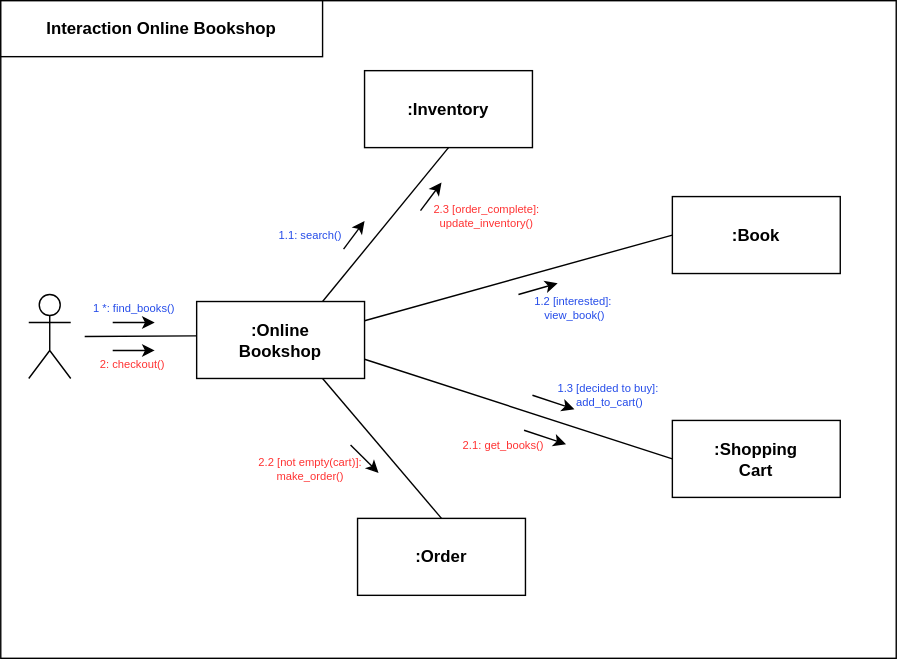
Above: CommunicationDiagram.drawio.svg in minh071289/AI_system (draw.io), before the change. Source tidied: cells renumbered, new cells last; positions are measured from the earlier drawing's top-left corner, leaving out a move shared by most shapes. Its diagram source:
```xml
<mxGraphModel>
  <root>
    <mxCell id="0" />
    <mxCell id="1" parent="0" />
    <mxCell id="2" style="rounded=0;whiteSpace=wrap;html=1;" parent="1" vertex="1">
      <mxGeometry width="640" height="470" as="geometry" />
    </mxCell>
    <mxCell id="3" value="&lt;b&gt;Interaction Online Bookshop&lt;/b&gt;" style="rounded=0;whiteSpace=wrap;html=1;" parent="1" vertex="1">
      <mxGeometry width="230" height="40" as="geometry" />
    </mxCell>
    <mxCell id="4" style="shape=umlActor;verticalLabelPosition=bottom;verticalAlign=top;html=1;" parent="1" vertex="1">
      <mxGeometry x="20" y="210" width="30" height="60" as="geometry" />
    </mxCell>
    <mxCell id="5" value="&lt;b&gt;:Online&lt;/b&gt;&lt;div&gt;&lt;b&gt;Bookshop&lt;/b&gt;&lt;/div&gt;" style="rounded=0;whiteSpace=wrap;html=1;" parent="1" vertex="1">
      <mxGeometry x="140" y="215" width="120" height="55" as="geometry" />
    </mxCell>
    <mxCell id="6" style="endArrow=none;html=1;rounded=0;entryX=-0.003;entryY=0.447;entryDx=0;entryDy=0;entryPerimeter=0;" parent="1" edge="1" target="5">
      <mxGeometry relative="1" as="geometry">
        <mxPoint x="60" y="240" as="sourcePoint" />
      </mxGeometry>
    </mxCell>
    <mxCell id="7" value="&lt;b&gt;:Inventory&lt;/b&gt;" style="rounded=0;whiteSpace=wrap;html=1;" parent="1" vertex="1">
      <mxGeometry x="260" y="50" width="120" height="55" as="geometry" />
    </mxCell>
    <mxCell id="8" value="&lt;b&gt;:Book&lt;/b&gt;" style="rounded=0;whiteSpace=wrap;html=1;" parent="1" vertex="1">
      <mxGeometry x="480" y="140" width="120" height="55" as="geometry" />
    </mxCell>
    <mxCell id="9" value="&lt;b&gt;:Shopping&lt;/b&gt;&lt;div&gt;&lt;b&gt;Cart&lt;/b&gt;&lt;/div&gt;" style="rounded=0;whiteSpace=wrap;html=1;" parent="1" vertex="1">
      <mxGeometry x="480" y="300" width="120" height="55" as="geometry" />
    </mxCell>
    <mxCell id="10" value="&lt;b&gt;:Order&lt;/b&gt;" style="rounded=0;whiteSpace=wrap;html=1;" parent="1" vertex="1">
      <mxGeometry x="255" y="370" width="120" height="55" as="geometry" />
    </mxCell>
    <mxCell id="11" style="endArrow=none;html=1;rounded=0;entryX=0.75;entryY=0;entryDx=0;entryDy=0;exitX=0.5;exitY=1;exitDx=0;exitDy=0;" parent="1" edge="1" source="7" target="5">
      <mxGeometry relative="1" as="geometry" />
    </mxCell>
    <mxCell id="12" style="endArrow=none;html=1;rounded=0;entryX=0;entryY=0.5;entryDx=0;entryDy=0;exitX=1;exitY=0.25;exitDx=0;exitDy=0;" parent="1" edge="1" source="5" target="8">
      <mxGeometry relative="1" as="geometry" />
    </mxCell>
    <mxCell id="13" style="endArrow=none;html=1;rounded=0;entryX=0;entryY=0.5;entryDx=0;entryDy=0;exitX=1;exitY=0.75;exitDx=0;exitDy=0;" parent="1" edge="1" source="5" target="9">
      <mxGeometry relative="1" as="geometry" />
    </mxCell>
    <mxCell id="14" style="endArrow=none;html=1;rounded=0;entryX=0.5;entryY=0;entryDx=0;entryDy=0;exitX=0.75;exitY=1;exitDx=0;exitDy=0;" parent="1" edge="1" source="5" target="10">
      <mxGeometry relative="1" as="geometry" />
    </mxCell>
    <mxCell id="15" style="endArrow=classic;html=1;rounded=0;" parent="1" edge="1">
      <mxGeometry relative="1" as="geometry">
        <mxPoint x="80" y="230" as="sourcePoint" />
        <mxPoint x="110" y="230" as="targetPoint" />
      </mxGeometry>
    </mxCell>
    <mxCell id="16" value="1 *: find_books()" style="text;html=1;align=center;verticalAlign=middle;strokeColor=none;fillColor=none;fontSize=8;fontColor=light-dark(#254ce9, #EDEDED);" parent="1" vertex="1">
      <mxGeometry x="55" y="210" width="80" height="20" as="geometry" />
    </mxCell>
    <mxCell id="17" style="endArrow=classic;html=1;rounded=0;" parent="1" edge="1">
      <mxGeometry relative="1" as="geometry">
        <mxPoint x="245" y="177.5" as="sourcePoint" />
        <mxPoint x="260" y="157.5" as="targetPoint" />
      </mxGeometry>
    </mxCell>
    <mxCell id="18" style="endArrow=classic;html=1;rounded=0;" parent="1" edge="1">
      <mxGeometry relative="1" as="geometry">
        <mxPoint x="300" y="150" as="sourcePoint" />
        <mxPoint x="315" y="130" as="targetPoint" />
      </mxGeometry>
    </mxCell>
    <mxCell id="19" style="endArrow=classic;html=1;rounded=0;" parent="1" edge="1">
      <mxGeometry relative="1" as="geometry">
        <mxPoint x="80" y="250" as="sourcePoint" />
        <mxPoint x="110" y="250" as="targetPoint" />
      </mxGeometry>
    </mxCell>
    <mxCell id="20" style="endArrow=classic;html=1;rounded=0;" parent="1" edge="1">
      <mxGeometry relative="1" as="geometry">
        <mxPoint x="250" y="317.5" as="sourcePoint" />
        <mxPoint x="270" y="337.5" as="targetPoint" />
      </mxGeometry>
    </mxCell>
    <mxCell id="21" style="endArrow=classic;html=1;rounded=0;" parent="1" edge="1">
      <mxGeometry relative="1" as="geometry">
        <mxPoint x="370" y="210" as="sourcePoint" />
        <mxPoint x="398" y="202" as="targetPoint" />
        <Array as="points">
          <mxPoint x="370" y="210" />
        </Array>
      </mxGeometry>
    </mxCell>
    <mxCell id="22" style="endArrow=classic;html=1;rounded=0;" parent="1" edge="1">
      <mxGeometry relative="1" as="geometry">
        <mxPoint x="380" y="282" as="sourcePoint" />
        <mxPoint x="410" y="292" as="targetPoint" />
      </mxGeometry>
    </mxCell>
    <mxCell id="23" style="endArrow=classic;html=1;rounded=0;" parent="1" edge="1">
      <mxGeometry relative="1" as="geometry">
        <mxPoint x="374" y="307" as="sourcePoint" />
        <mxPoint x="404" y="317" as="targetPoint" />
      </mxGeometry>
    </mxCell>
    <mxCell id="24" value="1.1: search()" style="text;html=1;align=center;verticalAlign=middle;strokeColor=none;fillColor=none;fontSize=8;fontColor=light-dark(#254ce9, #EDEDED);" parent="1" vertex="1">
      <mxGeometry x="186" y="157.5" width="70" height="20" as="geometry" />
    </mxCell>
    <mxCell id="25" value="1.2 [interested]:&amp;nbsp;&lt;div&gt;view_book()&lt;/div&gt;" style="text;html=1;align=center;verticalAlign=middle;strokeColor=none;fillColor=none;fontSize=8;fontColor=light-dark(#254ce9, #EDEDED);" parent="1" vertex="1">
      <mxGeometry x="370" y="205" width="80" height="30" as="geometry" />
    </mxCell>
    <mxCell id="26" value="1.3 [decided to buy]:&amp;nbsp;&lt;div&gt;add_to_cart()&lt;/div&gt;" style="text;html=1;align=center;verticalAlign=middle;strokeColor=none;fillColor=none;fontSize=8;fontColor=light-dark(#254ce9, #EDEDED);" parent="1" vertex="1">
      <mxGeometry x="385" y="267" width="100" height="30" as="geometry" />
    </mxCell>
    <mxCell id="27" value="2: checkout()&amp;nbsp;" style="text;html=1;align=center;verticalAlign=middle;strokeColor=none;fillColor=none;fontSize=8;fontColor=light-dark(#FF3333,#EDEDED);" parent="1" vertex="1">
      <mxGeometry x="60" y="250" width="70" height="20" as="geometry" />
    </mxCell>
    <mxCell id="28" value="2.2 [not empty(cart)]:&lt;div&gt;make_order()&lt;/div&gt;" style="text;html=1;align=center;verticalAlign=middle;strokeColor=none;fillColor=none;fontSize=8;fontColor=light-dark(#FF3333,#EDEDED);" parent="1" vertex="1">
      <mxGeometry x="171" y="320" width="100" height="30" as="geometry" />
    </mxCell>
    <mxCell id="29" value="2.1: get_books()" style="text;html=1;align=center;verticalAlign=middle;strokeColor=none;fillColor=none;fontSize=8;fontColor=light-dark(#FF3333,#EDEDED);" parent="1" vertex="1">
      <mxGeometry x="319" y="308" width="80" height="20" as="geometry" />
    </mxCell>
    <mxCell id="30" value="2.3 [order_complete]:&lt;div&gt;update_inventory()&lt;/div&gt;" style="text;html=1;align=center;verticalAlign=middle;strokeColor=none;fillColor=none;fontSize=8;fontColor=light-dark(#FF3333,#EDEDED);" parent="1" vertex="1">
      <mxGeometry x="297" y="139" width="100" height="30" as="geometry" />
    </mxCell>
  </root>
</mxGraphModel>
```
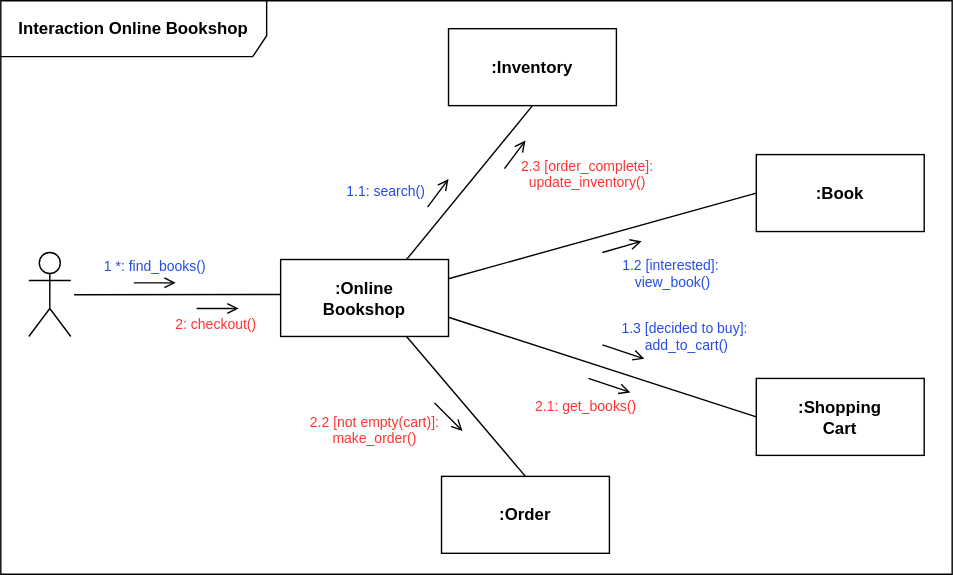
Later version of the same file.

What changed in the source:
```diff
@@ -2,21 +2,19 @@
   <root>
     <mxCell id="0" />
     <mxCell id="1" parent="0" />
-    <mxCell id="2" style="rounded=0;whiteSpace=wrap;html=1;" parent="1" vertex="1">
-      <mxGeometry width="640" height="470" as="geometry" />
-    </mxCell>
-    <mxCell id="3" value="&lt;b&gt;Interaction Online Bookshop&lt;/b&gt;" style="rounded=0;whiteSpace=wrap;html=1;" parent="1" vertex="1">
-      <mxGeometry width="230" height="40" as="geometry" />
+    <mxCell id="3" value="&lt;b&gt;Interaction Online Bookshop&lt;/b&gt;" style="shape=umlFrame;whiteSpace=wrap;html=1;swimlaneFillColor=default;width=190;height=40;" parent="1" vertex="1">
+      <mxGeometry x="-60" y="30" width="680" height="410" as="geometry" />
     </mxCell>
     <mxCell id="4" style="shape=umlActor;verticalLabelPosition=bottom;verticalAlign=top;html=1;" parent="1" vertex="1">
-      <mxGeometry x="20" y="210" width="30" height="60" as="geometry" />
+      <mxGeometry x="-40" y="210" width="30" height="60" as="geometry" />
     </mxCell>
     <mxCell id="5" value="&lt;b&gt;:Online&lt;/b&gt;&lt;div&gt;&lt;b&gt;Bookshop&lt;/b&gt;&lt;/div&gt;" style="rounded=0;whiteSpace=wrap;html=1;" parent="1" vertex="1">
       <mxGeometry x="140" y="215" width="120" height="55" as="geometry" />
     </mxCell>
-    <mxCell id="6" style="endArrow=none;html=1;rounded=0;entryX=-0.003;entryY=0.447;entryDx=0;entryDy=0;entryPerimeter=0;" parent="1" edge="1" target="5">
+    <mxCell id="6" style="endArrow=none;html=1;rounded=0;exitX=0.5;exitY=0.5;exitDx=0;exitDy=0;exitPerimeter=0;" parent="1" edge="1">
       <mxGeometry relative="1" as="geometry">
-        <mxPoint x="60" y="240" as="sourcePoint" />
+        <mxPoint x="-7.6" y="240.2" as="sourcePoint" />
+        <mxPoint x="140" y="240" as="targetPoint" />
       </mxGeometry>
     </mxCell>
     <mxCell id="7" value="&lt;b&gt;:Inventory&lt;/b&gt;" style="rounded=0;whiteSpace=wrap;html=1;" parent="1" vertex="1">
@@ -43,40 +41,40 @@
     <mxCell id="14" style="endArrow=none;html=1;rounded=0;entryX=0.5;entryY=0;entryDx=0;entryDy=0;exitX=0.75;exitY=1;exitDx=0;exitDy=0;" parent="1" edge="1" source="5" target="10">
       <mxGeometry relative="1" as="geometry" />
     </mxCell>
-    <mxCell id="15" style="endArrow=classic;html=1;rounded=0;" parent="1" edge="1">
+    <mxCell id="15" style="endArrow=open;html=1;rounded=0;endFill=0;" parent="1" edge="1">
       <mxGeometry relative="1" as="geometry">
-        <mxPoint x="80" y="230" as="sourcePoint" />
-        <mxPoint x="110" y="230" as="targetPoint" />
+        <mxPoint x="35" y="231.7" as="sourcePoint" />
+        <mxPoint x="65" y="231.7" as="targetPoint" />
       </mxGeometry>
     </mxCell>
-    <mxCell id="16" value="1 *: find_books()" style="text;html=1;align=center;verticalAlign=middle;strokeColor=none;fillColor=none;fontSize=8;fontColor=light-dark(#254ce9, #EDEDED);" parent="1" vertex="1">
-      <mxGeometry x="55" y="210" width="80" height="20" as="geometry" />
+    <mxCell id="16" value="&lt;font style=&quot;font-size: 10px;&quot;&gt;1 *: find_books()&lt;/font&gt;" style="text;html=1;align=center;verticalAlign=middle;strokeColor=none;fillColor=none;fontSize=8;fontColor=light-dark(#254ce9, #EDEDED);" parent="1" vertex="1">
+      <mxGeometry y="205" width="100" height="30" as="geometry" />
     </mxCell>
-    <mxCell id="17" style="endArrow=classic;html=1;rounded=0;" parent="1" edge="1">
+    <mxCell id="17" style="endArrow=open;html=1;rounded=0;endFill=0;" parent="1" edge="1">
       <mxGeometry relative="1" as="geometry">
         <mxPoint x="245" y="177.5" as="sourcePoint" />
         <mxPoint x="260" y="157.5" as="targetPoint" />
       </mxGeometry>
     </mxCell>
-    <mxCell id="18" style="endArrow=classic;html=1;rounded=0;" parent="1" edge="1">
+    <mxCell id="18" style="endArrow=open;html=1;rounded=0;endFill=0;" parent="1" edge="1">
       <mxGeometry relative="1" as="geometry">
         <mxPoint x="300" y="150" as="sourcePoint" />
         <mxPoint x="315" y="130" as="targetPoint" />
       </mxGeometry>
     </mxCell>
-    <mxCell id="19" style="endArrow=classic;html=1;rounded=0;" parent="1" edge="1">
+    <mxCell id="19" style="endArrow=open;html=1;rounded=0;endFill=0;" parent="1" edge="1">
       <mxGeometry relative="1" as="geometry">
         <mxPoint x="80" y="250" as="sourcePoint" />
         <mxPoint x="110" y="250" as="targetPoint" />
       </mxGeometry>
     </mxCell>
-    <mxCell id="20" style="endArrow=classic;html=1;rounded=0;" parent="1" edge="1">
+    <mxCell id="20" style="endArrow=open;html=1;rounded=0;endFill=0;" parent="1" edge="1">
       <mxGeometry relative="1" as="geometry">
         <mxPoint x="250" y="317.5" as="sourcePoint" />
         <mxPoint x="270" y="337.5" as="targetPoint" />
       </mxGeometry>
     </mxCell>
-    <mxCell id="21" style="endArrow=classic;html=1;rounded=0;" parent="1" edge="1">
+    <mxCell id="21" style="endArrow=open;html=1;rounded=0;endFill=0;" parent="1" edge="1">
       <mxGeometry relative="1" as="geometry">
         <mxPoint x="370" y="210" as="sourcePoint" />
         <mxPoint x="398" y="202" as="targetPoint" />
@@ -85,38 +83,38 @@
         </Array>
       </mxGeometry>
     </mxCell>
-    <mxCell id="22" style="endArrow=classic;html=1;rounded=0;" parent="1" edge="1">
+    <mxCell id="22" style="endArrow=open;html=1;rounded=0;endFill=0;" parent="1" edge="1">
       <mxGeometry relative="1" as="geometry">
-        <mxPoint x="380" y="282" as="sourcePoint" />
-        <mxPoint x="410" y="292" as="targetPoint" />
+        <mxPoint x="370" y="276" as="sourcePoint" />
+        <mxPoint x="400" y="286" as="targetPoint" />
       </mxGeometry>
     </mxCell>
-    <mxCell id="23" style="endArrow=classic;html=1;rounded=0;" parent="1" edge="1">
+    <mxCell id="23" style="endArrow=open;html=1;rounded=0;endFill=0;" parent="1" edge="1">
       <mxGeometry relative="1" as="geometry">
-        <mxPoint x="374" y="307" as="sourcePoint" />
-        <mxPoint x="404" y="317" as="targetPoint" />
+        <mxPoint x="360" y="300" as="sourcePoint" />
+        <mxPoint x="390" y="310" as="targetPoint" />
       </mxGeometry>
     </mxCell>
-    <mxCell id="24" value="1.1: search()" style="text;html=1;align=center;verticalAlign=middle;strokeColor=none;fillColor=none;fontSize=8;fontColor=light-dark(#254ce9, #EDEDED);" parent="1" vertex="1">
-      <mxGeometry x="186" y="157.5" width="70" height="20" as="geometry" />
+    <mxCell id="24" value="&lt;font style=&quot;font-size: 10px;&quot;&gt;1.1: search()&lt;/font&gt;" style="text;html=1;align=center;verticalAlign=middle;strokeColor=none;fillColor=none;fontSize=8;fontColor=light-dark(#254ce9, #EDEDED);" parent="1" vertex="1">
+      <mxGeometry x="175" y="150.5" width="80" height="30" as="geometry" />
     </mxCell>
-    <mxCell id="25" value="1.2 [interested]:&amp;nbsp;&lt;div&gt;view_book()&lt;/div&gt;" style="text;html=1;align=center;verticalAlign=middle;strokeColor=none;fillColor=none;fontSize=8;fontColor=light-dark(#254ce9, #EDEDED);" parent="1" vertex="1">
-      <mxGeometry x="370" y="205" width="80" height="30" as="geometry" />
+    <mxCell id="25" value="&lt;font style=&quot;font-size: 10px;&quot;&gt;1.2 [interested]:&amp;nbsp;&lt;/font&gt;&lt;div&gt;&lt;font style=&quot;font-size: 10px;&quot;&gt;view_book()&lt;/font&gt;&lt;/div&gt;" style="text;html=1;align=center;verticalAlign=middle;strokeColor=none;fillColor=none;fontSize=8;fontColor=light-dark(#254ce9, #EDEDED);" parent="1" vertex="1">
+      <mxGeometry x="370" y="205" width="100" height="40" as="geometry" />
     </mxCell>
-    <mxCell id="26" value="1.3 [decided to buy]:&amp;nbsp;&lt;div&gt;add_to_cart()&lt;/div&gt;" style="text;html=1;align=center;verticalAlign=middle;strokeColor=none;fillColor=none;fontSize=8;fontColor=light-dark(#254ce9, #EDEDED);" parent="1" vertex="1">
-      <mxGeometry x="385" y="267" width="100" height="30" as="geometry" />
+    <mxCell id="26" value="&lt;font style=&quot;font-size: 10px;&quot;&gt;1.3 [decided to buy]:&amp;nbsp;&lt;/font&gt;&lt;div&gt;&lt;font style=&quot;font-size: 10px;&quot;&gt;add_to_cart()&lt;/font&gt;&lt;/div&gt;" style="text;html=1;align=center;verticalAlign=middle;strokeColor=none;fillColor=none;fontSize=8;fontColor=light-dark(#254ce9, #EDEDED);" parent="1" vertex="1">
+      <mxGeometry x="370" y="250" width="120" height="40" as="geometry" />
     </mxCell>
-    <mxCell id="27" value="2: checkout()&amp;nbsp;" style="text;html=1;align=center;verticalAlign=middle;strokeColor=none;fillColor=none;fontSize=8;fontColor=light-dark(#FF3333,#EDEDED);" parent="1" vertex="1">
-      <mxGeometry x="60" y="250" width="70" height="20" as="geometry" />
+    <mxCell id="27" value="&lt;font style=&quot;font-size: 10px;&quot;&gt;2: checkout()&amp;nbsp;&lt;/font&gt;" style="text;html=1;align=center;verticalAlign=middle;strokeColor=none;fillColor=none;fontSize=8;fontColor=light-dark(#FF3333,#EDEDED);" parent="1" vertex="1">
+      <mxGeometry x="55" y="246" width="80" height="30" as="geometry" />
     </mxCell>
-    <mxCell id="28" value="2.2 [not empty(cart)]:&lt;div&gt;make_order()&lt;/div&gt;" style="text;html=1;align=center;verticalAlign=middle;strokeColor=none;fillColor=none;fontSize=8;fontColor=light-dark(#FF3333,#EDEDED);" parent="1" vertex="1">
-      <mxGeometry x="171" y="320" width="100" height="30" as="geometry" />
+    <mxCell id="28" value="&lt;font style=&quot;font-size: 10px;&quot;&gt;2.2 [not empty(cart)]:&lt;/font&gt;&lt;div&gt;&lt;font style=&quot;font-size: 10px;&quot;&gt;make_order()&lt;/font&gt;&lt;/div&gt;" style="text;html=1;align=center;verticalAlign=middle;strokeColor=none;fillColor=none;fontSize=8;fontColor=light-dark(#FF3333,#EDEDED);" parent="1" vertex="1">
+      <mxGeometry x="147" y="317" width="120" height="40" as="geometry" />
     </mxCell>
-    <mxCell id="29" value="2.1: get_books()" style="text;html=1;align=center;verticalAlign=middle;strokeColor=none;fillColor=none;fontSize=8;fontColor=light-dark(#FF3333,#EDEDED);" parent="1" vertex="1">
-      <mxGeometry x="319" y="308" width="80" height="20" as="geometry" />
+    <mxCell id="29" value="&lt;font style=&quot;font-size: 10px;&quot;&gt;2.1: get_books()&lt;/font&gt;" style="text;html=1;align=center;verticalAlign=middle;strokeColor=none;fillColor=none;fontSize=8;fontColor=light-dark(#FF3333,#EDEDED);" parent="1" vertex="1">
+      <mxGeometry x="308" y="305" width="100" height="30" as="geometry" />
     </mxCell>
-    <mxCell id="30" value="2.3 [order_complete]:&lt;div&gt;update_inventory()&lt;/div&gt;" style="text;html=1;align=center;verticalAlign=middle;strokeColor=none;fillColor=none;fontSize=8;fontColor=light-dark(#FF3333,#EDEDED);" parent="1" vertex="1">
-      <mxGeometry x="297" y="139" width="100" height="30" as="geometry" />
+    <mxCell id="30" value="&lt;font style=&quot;font-size: 10px;&quot;&gt;2.3 [order_complete]:&lt;/font&gt;&lt;div&gt;&lt;font style=&quot;font-size: 10px;&quot;&gt;update_inventory()&lt;/font&gt;&lt;/div&gt;" style="text;html=1;align=center;verticalAlign=middle;strokeColor=none;fillColor=none;fontSize=8;fontColor=light-dark(#FF3333,#EDEDED);" parent="1" vertex="1">
+      <mxGeometry x="299" y="134" width="120" height="40" as="geometry" />
     </mxCell>
   </root>
 </mxGraphModel>
```
